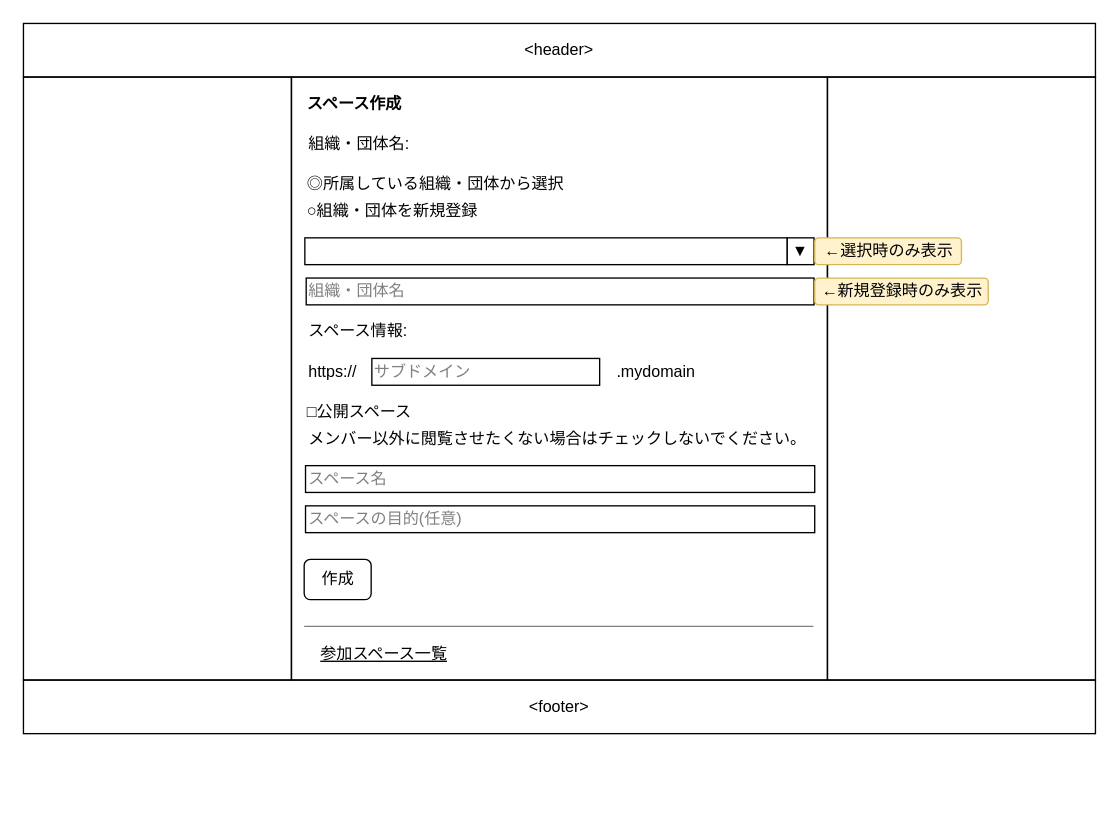
nightonlypj/rails-app-origin keeps this draw.io diagram as 設計/画面設計/スペース作成.drawio. Above is the earlier version. Source tidied: cells renumbered, new cells numbered last; positions are measured from the earlier drawing's top-left corner, leaving out a move shared by most shapes. Both pictures are drawn from the tidied source at 134%, with x=0, y=0 at pixel (23, 23).
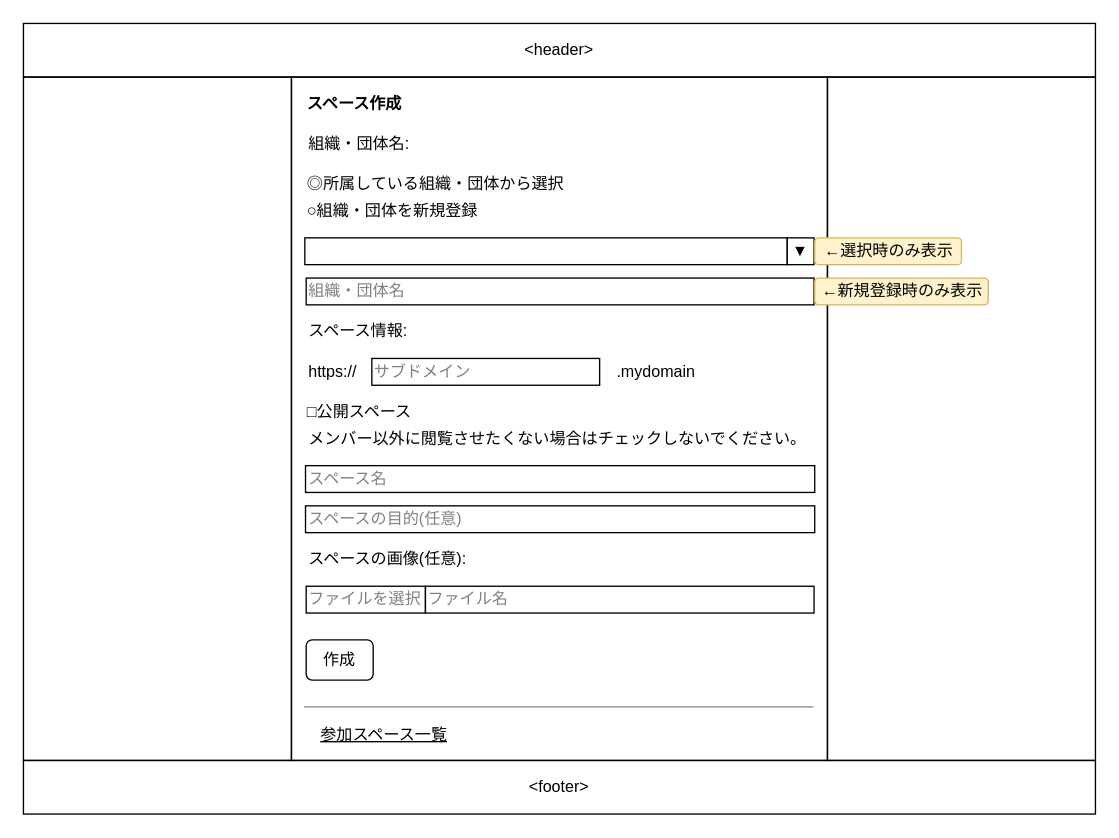
The same page after the edit.

The edit, as a diff of the source:
```diff
@@
     <mxCell id="3" value="&amp;lt;footer&amp;gt;" style="rounded=0;whiteSpace=wrap;html=1;fillColor=none;" parent="1" vertex="1">
-      <mxGeometry y="490" width="800" height="40" as="geometry" />
+      <mxGeometry y="550" width="800" height="40" as="geometry" />
     </mxCell>
     <mxCell id="4" style="rounded=0;whiteSpace=wrap;html=1;fillColor=none;" parent="1" vertex="1">
-      <mxGeometry x="200" y="40" width="400" height="450" as="geometry" />
+      <mxGeometry x="200" y="40" width="400" height="510" as="geometry" />
     </mxCell>
     <mxCell id="5" style="rounded=0;whiteSpace=wrap;html=1;fillColor=none;" parent="1" vertex="1">
-      <mxGeometry y="40" width="200" height="450" as="geometry" />
+      <mxGeometry y="40" width="200" height="510" as="geometry" />
     </mxCell>
     <mxCell id="6" style="rounded=0;whiteSpace=wrap;html=1;fillColor=none;" parent="1" vertex="1">
-      <mxGeometry x="600" y="40" width="200" height="450" as="geometry" />
+      <mxGeometry x="600" y="40" width="200" height="510" as="geometry" />
     </mxCell>
@@
     <mxCell id="9" value="作成" style="rounded=1;whiteSpace=wrap;html=1;align=center;" parent="1" vertex="1">
-      <mxGeometry x="209.5" y="400" width="50" height="30" as="geometry" />
+      <mxGeometry x="211" y="460" width="50" height="30" as="geometry" />
     </mxCell>
     <mxCell id="10" value="&lt;u&gt;参加スペース一覧&lt;/u&gt;" style="text;html=1;strokeColor=none;fillColor=none;align=left;verticalAlign=middle;whiteSpace=wrap;rounded=0;" parent="1" vertex="1">
-      <mxGeometry x="219.5" y="461" width="100" height="20" as="geometry" />
+      <mxGeometry x="219.5" y="521" width="100" height="20" as="geometry" />
     </mxCell>
     <mxCell id="11" style="endArrow=none;html=1;strokeColor=#808080;" parent="1" edge="1">
       <mxGeometry relative="1" as="geometry">
-        <mxPoint x="209.5" y="450" as="sourcePoint" />
-        <mxPoint x="589.5" y="450" as="targetPoint" />
+        <mxPoint x="209.5" y="510" as="sourcePoint" />
+        <mxPoint x="589.5" y="510" as="targetPoint" />
       </mxGeometry>
     </mxCell>
@@
+    <mxCell id="27" value="スペースの画像(任意):" style="text;html=1;strokeColor=none;fillColor=none;align=left;verticalAlign=middle;whiteSpace=wrap;rounded=0;" parent="1" vertex="1">
+      <mxGeometry x="211" y="390" width="129" height="20" as="geometry" />
+    </mxCell>
+    <mxCell id="28" value="&lt;font color=&quot;#808080&quot;&gt;ファイルを選択&lt;/font&gt;" style="rounded=0;whiteSpace=wrap;html=1;align=left;" parent="1" vertex="1">
+      <mxGeometry x="211" y="420" width="89" height="20" as="geometry" />
+    </mxCell>
+    <mxCell id="29" value="&lt;font color=&quot;#808080&quot;&gt;ファイル名&lt;/font&gt;" style="rounded=0;whiteSpace=wrap;html=1;align=left;" parent="1" vertex="1">
+      <mxGeometry x="300" y="420" width="290" height="20" as="geometry" />
+    </mxCell>
```
